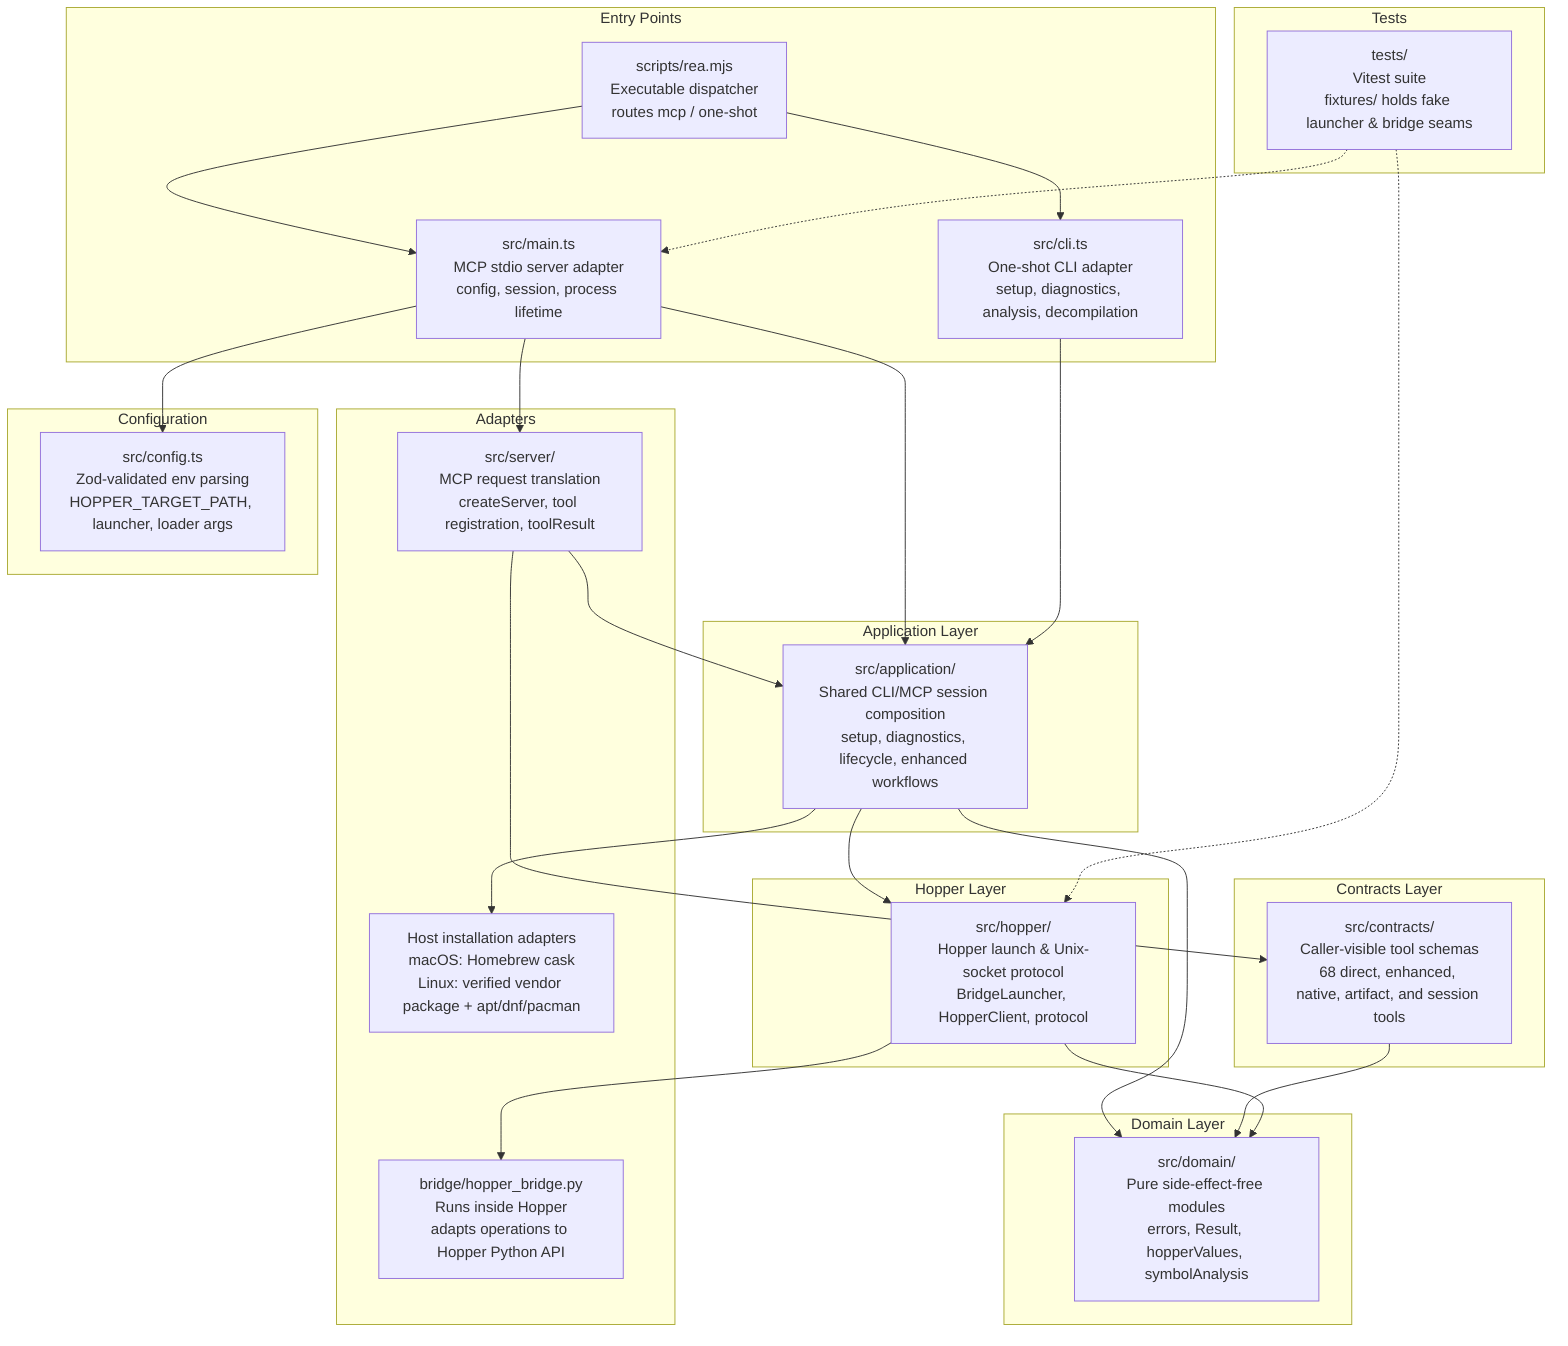
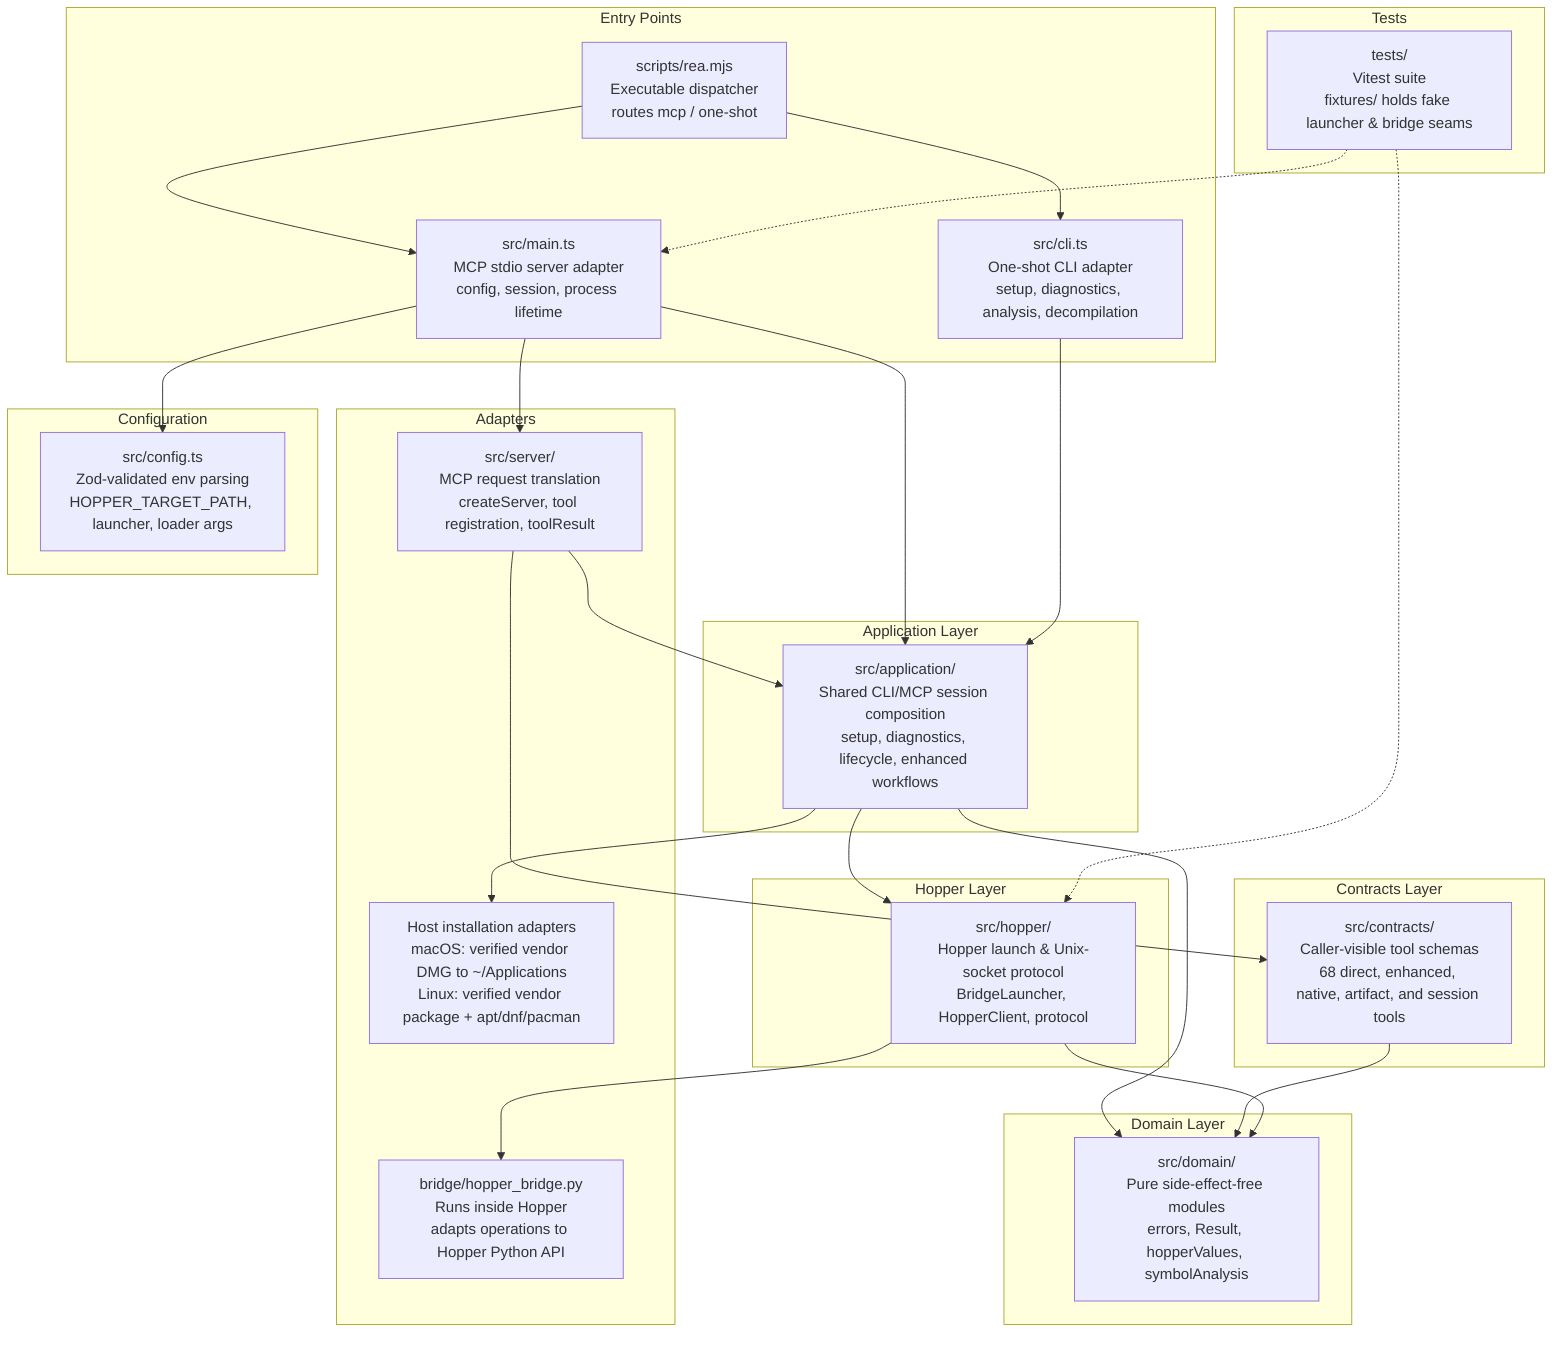
graph TD
    subgraph "Entry Points"
        CLI["src/cli.ts<br/>One-shot CLI adapter<br/>setup, diagnostics, analysis, decompilation"]
        MAIN["src/main.ts<br/>MCP stdio server adapter<br/>config, session, process lifetime"]
        DISPATCH["scripts/rea.mjs<br/>Executable dispatcher<br/>routes mcp / one-shot"]
    end

    subgraph "Adapters"
        SERVER["src/server/<br/>MCP request translation<br/>createServer, tool registration, toolResult"]
        BRIDGE["bridge/hopper_bridge.py<br/>Runs inside Hopper<br/>adapts operations to Hopper Python API"]
-         INSTALL["Host installation adapters<br/>macOS: Homebrew cask<br/>Linux: verified vendor package + apt/dnf/pacman"]
+         INSTALL["Host installation adapters<br/>macOS: verified vendor DMG to ~/Applications<br/>Linux: verified vendor package + apt/dnf/pacman"]
    end

    subgraph "Application Layer"
        APP["src/application/<br/>Shared CLI/MCP session composition<br/>setup, diagnostics, lifecycle, enhanced workflows"]
    end

    subgraph "Hopper Layer"
        HOPPER["src/hopper/<br/>Hopper launch & Unix-socket protocol<br/>BridgeLauncher, HopperClient, protocol"]
    end

    subgraph "Contracts Layer"
        CONTRACTS["src/contracts/<br/>Caller-visible tool schemas<br/>68 direct, enhanced, native, artifact, and session tools"]
    end

    subgraph "Domain Layer"
        DOMAIN["src/domain/<br/>Pure side-effect-free modules<br/>errors, Result, hopperValues, symbolAnalysis"]
    end

    subgraph "Configuration"
        CONFIG["src/config.ts<br/>Zod-validated env parsing<br/>HOPPER_TARGET_PATH, launcher, loader args"]
    end

    subgraph "Tests"
        TESTS["tests/<br/>Vitest suite<br/>fixtures/ holds fake launcher & bridge seams"]
    end

    DISPATCH --> CLI
    DISPATCH --> MAIN
    MAIN --> CONFIG
    MAIN --> SERVER
    MAIN --> APP
    CLI --> APP
    APP --> INSTALL
    SERVER --> CONTRACTS
    SERVER --> APP
    APP --> HOPPER
    HOPPER --> BRIDGE
    APP --> DOMAIN
    CONTRACTS --> DOMAIN
    HOPPER --> DOMAIN
    TESTS -.-> MAIN
    TESTS -.-> HOPPER
